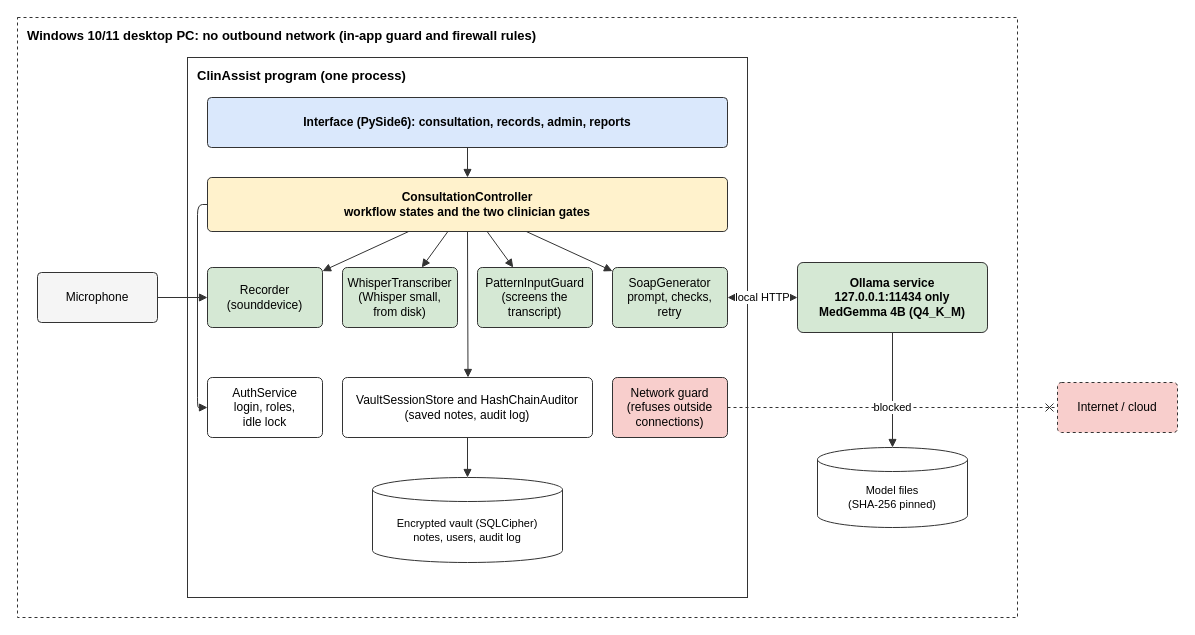
This is docs/design/fig-3-2-architecture.drawio from kinuthia-mark/Offline-Desktop-Based-Medical-Professional-Clinical-Consultation-Assistant-, a draw.io file, before an edit. Source tidied: cells renumbered, new cells numbered last; positions are measured from the earlier drawing's top-left corner, leaving out a move shared by most shapes. Both pictures are drawn from the tidied source at 100%, with x=0, y=0 at pixel (17, 17).
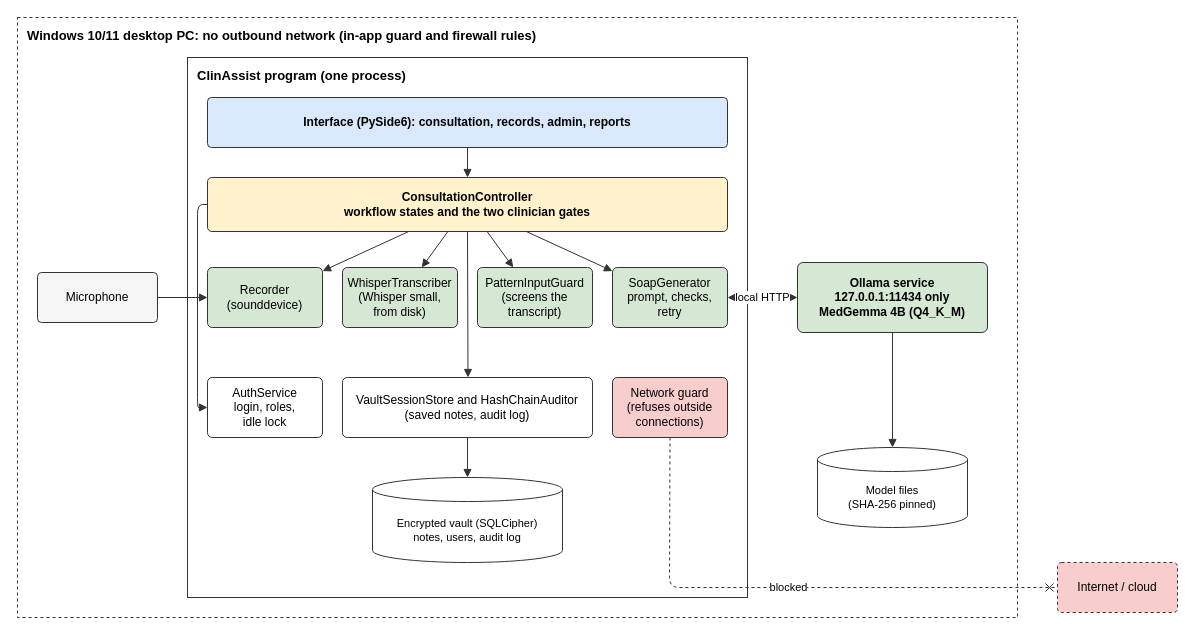
The same diagram, later.

Commit message:
docs(design): route the blocked line in figure 3.2 below the model files

The change refers to these unchanged cells:
```xml
<mxCell id="13" value="Network guard&#10;(refuses outside&#10;connections)" style="rounded=1;whiteSpace=wrap;html=1;fillColor=#f8cecc;strokeColor=#333333;fontFamily=Helvetica;fontSize=12;align=center;verticalAlign=middle;arcSize=8;" parent="1" vertex="1">
  <mxGeometry x="595" y="360" width="115" height="60" as="geometry" />
</mxCell>
```

Diff of the diagram source:
```diff
@@
     <mxCell id="17" value="Internet / cloud" style="rounded=1;whiteSpace=wrap;html=1;fillColor=#f8cecc;strokeColor=#333333;fontFamily=Helvetica;fontSize=12;align=center;verticalAlign=middle;dashed=1;arcSize=8;" parent="1" vertex="1">
-      <mxGeometry x="1040" y="365" width="120" height="50" as="geometry" />
+      <mxGeometry x="1040" y="545" width="120" height="50" as="geometry" />
     </mxCell>
@@
-    <mxCell id="29" value="blocked" style="html=1;strokeColor=#333333;fontFamily=Helvetica;fontSize=11;endArrow=cross;endFill=0;startArrow=none;startFill=1;dashed=1;labelBackgroundColor=#ffffff;" parent="1" edge="1" source="13" target="17">
-      <mxGeometry relative="1" as="geometry" />
+    <mxCell id="29" value="blocked" style="html=1;strokeColor=#333333;fontFamily=Helvetica;fontSize=11;endArrow=cross;endFill=0;startArrow=none;startFill=1;dashed=1;labelBackgroundColor=#ffffff;exitX=0.5;exitY=1;exitDx=0;exitDy=0;entryX=0;entryY=0.5;entryDx=0;entryDy=0;" parent="1" edge="1" source="13" target="17">
+      <mxGeometry relative="1" as="geometry">
+        <Array as="points">
+          <mxPoint x="652" y="570" />
+        </Array>
+      </mxGeometry>
     </mxCell>
```
